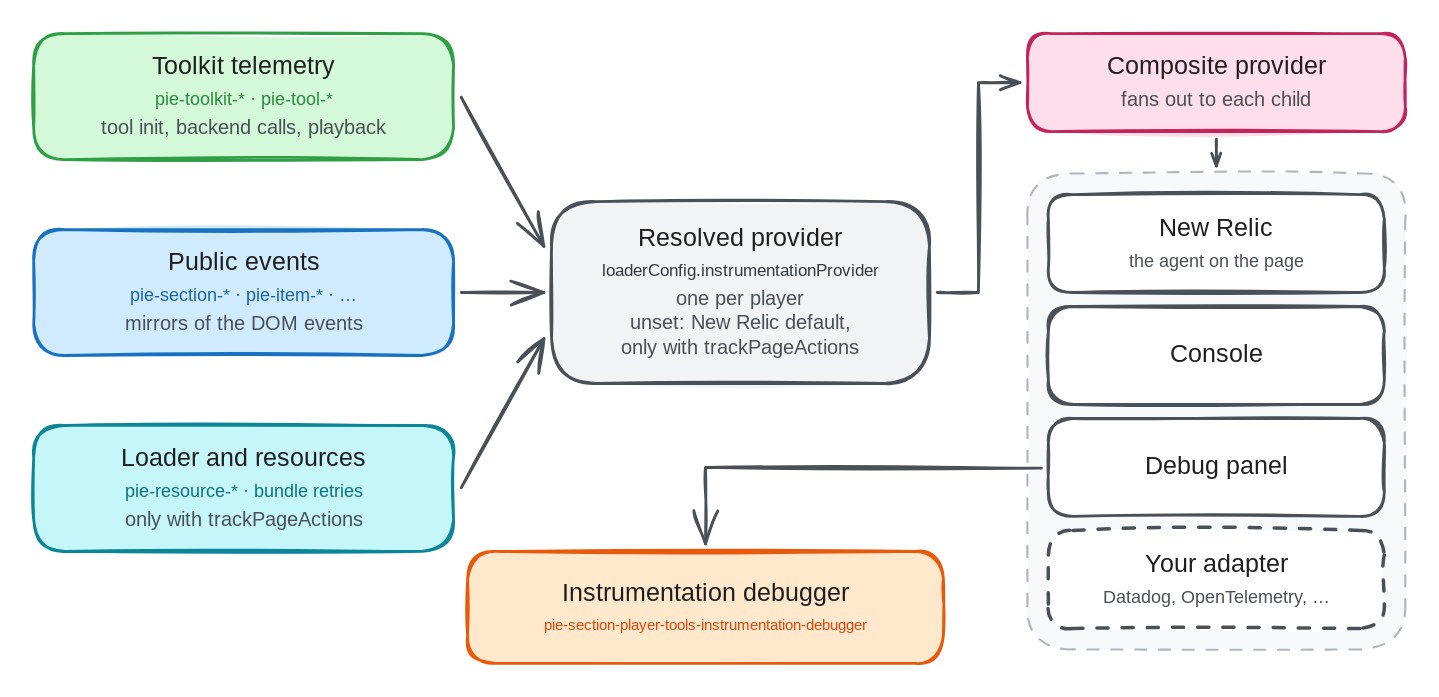
pie-framework/pie-website-ng keeps this Excalidraw diagram as packages/pie-website-app/static/images/diagrams/instrumentation-flow.excalidraw.svg. Above is the earlier version. Source tidied: one line per element, renumbered; positions are measured from the earlier drawing's top-left corner, leaving out a move shared by most shapes.
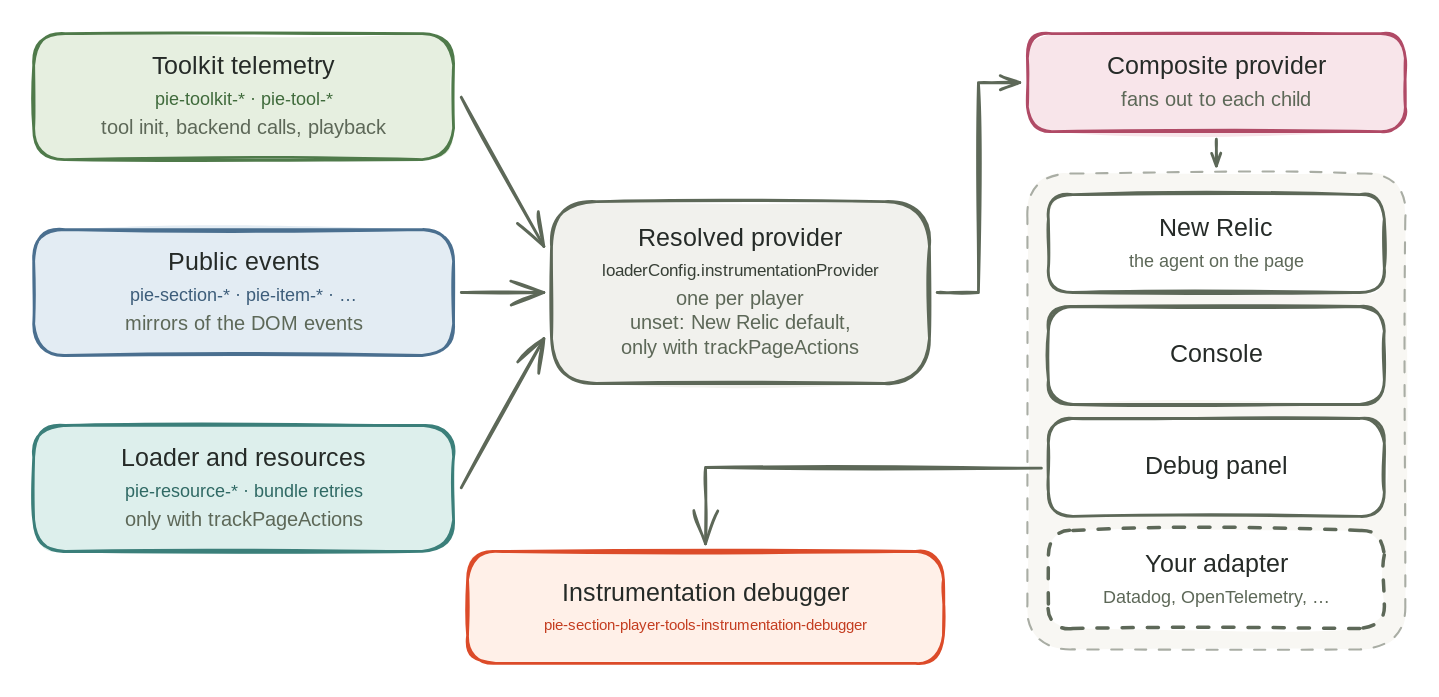
The same diagram one commit later.

Diff of the diagram source:
```diff
@@ -1,39 +1,39 @@
-{"id": 0, "type": "rectangle", "strokeColor": "#adb5bd", "backgroundColor": "#f8f9fa", "fillStyle": "solid", "strokeWidth": 1, "strokeStyle": "dashed", "roughness": 1, "round": true, "x": 710, "y": 100, "width": 270, "height": 340}
+{"id": 0, "type": "rectangle", "strokeColor": "#a9ada4", "backgroundColor": "#f8f7f3", "fillStyle": "solid", "strokeWidth": 1, "strokeStyle": "dashed", "roughness": 1, "round": true, "x": 710, "y": 100, "width": 270, "height": 340}
-{"id": 1, "type": "rectangle", "strokeColor": "#2f9e44", "backgroundColor": "#d3f9d8", "fillStyle": "solid", "strokeWidth": 2, "roughness": 1, "round": true, "x": 0, "y": 0, "width": 300, "height": 90}
+{"id": 1, "type": "rectangle", "strokeColor": "#4f7a4a", "backgroundColor": "#e6efe0", "fillStyle": "solid", "strokeWidth": 2, "roughness": 1, "round": true, "x": 0, "y": 0, "width": 300, "height": 90}
-{"id": 2, "type": "text", "text": "Toolkit telemetry", "strokeColor": "#1e1e1e", "strokeWidth": 2, "roughness": 1, "fontSize": 18, "fontFamily": 5, "textAlign": "center", "x": 74, "y": 13, "width": 152, "height": 22}
+{"id": 2, "type": "text", "text": "Toolkit telemetry", "strokeColor": "#252a27", "strokeWidth": 2, "roughness": 1, "fontSize": 18, "fontFamily": 5, "textAlign": "center", "x": 74, "y": 13, "width": 152, "height": 22}
-{"id": 3, "type": "text", "text": "pie-toolkit-* · pie-tool-*", "strokeColor": "#2b8a3e", "strokeWidth": 2, "roughness": 1, "fontSize": 13, "fontFamily": 8, "textAlign": "center", "x": 59, "y": 39, "width": 182, "height": 16}
+{"id": 3, "type": "text", "text": "pie-toolkit-* · pie-tool-*", "strokeColor": "#3f6a3b", "strokeWidth": 2, "roughness": 1, "fontSize": 13, "fontFamily": 8, "textAlign": "center", "x": 59, "y": 39, "width": 182, "height": 16}
-{"id": 4, "type": "text", "text": "tool init, backend calls, playback", "strokeColor": "#495057", "strokeWidth": 2, "roughness": 1, "fontSize": 14, "fontFamily": 5, "textAlign": "center", "x": 41, "y": 60, "width": 218, "height": 18}
+{"id": 4, "type": "text", "text": "tool init, backend calls, playback", "strokeColor": "#5d6858", "strokeWidth": 2, "roughness": 1, "fontSize": 14, "fontFamily": 5, "textAlign": "center", "x": 41, "y": 60, "width": 218, "height": 18}
-{"id": 5, "type": "rectangle", "strokeColor": "#1971c2", "backgroundColor": "#d0ebff", "fillStyle": "solid", "strokeWidth": 2, "roughness": 1, "round": true, "x": 0, "y": 140, "width": 300, "height": 90}
+{"id": 5, "type": "rectangle", "strokeColor": "#4a6f8f", "backgroundColor": "#e3ecf3", "fillStyle": "solid", "strokeWidth": 2, "roughness": 1, "round": true, "x": 0, "y": 140, "width": 300, "height": 90}
-{"id": 6, "type": "text", "text": "Public events", "strokeColor": "#1e1e1e", "strokeWidth": 2, "roughness": 1, "fontSize": 18, "fontFamily": 5, "textAlign": "center", "x": 92, "y": 153, "width": 115, "height": 22}
+{"id": 6, "type": "text", "text": "Public events", "strokeColor": "#252a27", "strokeWidth": 2, "roughness": 1, "fontSize": 18, "fontFamily": 5, "textAlign": "center", "x": 92, "y": 153, "width": 115, "height": 22}
-{"id": 7, "type": "text", "text": "pie-section-* · pie-item-* · …", "strokeColor": "#1864ab", "strokeWidth": 2, "roughness": 1, "fontSize": 13, "fontFamily": 8, "textAlign": "center", "x": 47, "y": 179, "width": 207, "height": 16}
+{"id": 7, "type": "text", "text": "pie-section-* · pie-item-* · …", "strokeColor": "#3d5d7a", "strokeWidth": 2, "roughness": 1, "fontSize": 13, "fontFamily": 8, "textAlign": "center", "x": 47, "y": 179, "width": 207, "height": 16}
-{"id": 8, "type": "text", "text": "mirrors of the DOM events", "strokeColor": "#495057", "strokeWidth": 2, "roughness": 1, "fontSize": 14, "fontFamily": 5, "textAlign": "center", "x": 58, "y": 200, "width": 184, "height": 18}
+{"id": 8, "type": "text", "text": "mirrors of the DOM events", "strokeColor": "#5d6858", "strokeWidth": 2, "roughness": 1, "fontSize": 14, "fontFamily": 5, "textAlign": "center", "x": 58, "y": 200, "width": 184, "height": 18}
-{"id": 9, "type": "rectangle", "strokeColor": "#0c8599", "backgroundColor": "#c5f6fa", "fillStyle": "solid", "strokeWidth": 2, "roughness": 1, "round": true, "x": 0, "y": 280, "width": 300, "height": 90}
+{"id": 9, "type": "rectangle", "strokeColor": "#3b7f7a", "backgroundColor": "#ddefec", "fillStyle": "solid", "strokeWidth": 2, "roughness": 1, "round": true, "x": 0, "y": 280, "width": 300, "height": 90}
-{"id": 10, "type": "text", "text": "Loader and resources", "strokeColor": "#1e1e1e", "strokeWidth": 2, "roughness": 1, "fontSize": 18, "fontFamily": 5, "textAlign": "center", "x": 56, "y": 293, "width": 187, "height": 22}
+{"id": 10, "type": "text", "text": "Loader and resources", "strokeColor": "#252a27", "strokeWidth": 2, "roughness": 1, "fontSize": 18, "fontFamily": 5, "textAlign": "center", "x": 56, "y": 293, "width": 187, "height": 22}
-{"id": 11, "type": "text", "text": "pie-resource-* · bundle retries", "strokeColor": "#0b7285", "strokeWidth": 2, "roughness": 1, "fontSize": 13, "fontFamily": 8, "textAlign": "center", "x": 41, "y": 319, "width": 218, "height": 16}
+{"id": 11, "type": "text", "text": "pie-resource-* · bundle retries", "strokeColor": "#2f6964", "strokeWidth": 2, "roughness": 1, "fontSize": 13, "fontFamily": 8, "textAlign": "center", "x": 41, "y": 319, "width": 218, "height": 16}
-{"id": 12, "type": "text", "text": "only with trackPageActions", "strokeColor": "#495057", "strokeWidth": 2, "roughness": 1, "fontSize": 14, "fontFamily": 5, "textAlign": "center", "x": 57, "y": 340, "width": 185, "height": 18}
+{"id": 12, "type": "text", "text": "only with trackPageActions", "strokeColor": "#5d6858", "strokeWidth": 2, "roughness": 1, "fontSize": 14, "fontFamily": 5, "textAlign": "center", "x": 57, "y": 340, "width": 185, "height": 18}
-{"id": 13, "type": "rectangle", "strokeColor": "#495057", "backgroundColor": "#f1f3f5", "fillStyle": "solid", "strokeWidth": 2, "roughness": 1, "round": true, "x": 370, "y": 120, "width": 270, "height": 130}
+{"id": 13, "type": "rectangle", "strokeColor": "#5d6858", "backgroundColor": "#f1f1ed", "fillStyle": "solid", "strokeWidth": 2, "roughness": 1, "round": true, "x": 370, "y": 120, "width": 270, "height": 130}
-{"id": 14, "type": "text", "text": "Resolved provider", "strokeColor": "#1e1e1e", "strokeWidth": 2, "roughness": 1, "fontSize": 18, "fontFamily": 5, "textAlign": "center", "x": 428, "y": 136, "width": 154, "height": 22}
+{"id": 14, "type": "text", "text": "Resolved provider", "strokeColor": "#252a27", "strokeWidth": 2, "roughness": 1, "fontSize": 18, "fontFamily": 5, "textAlign": "center", "x": 428, "y": 136, "width": 154, "height": 22}
-{"id": 15, "type": "text", "text": "loaderConfig.instrumentationProvider", "strokeColor": "#343a40", "strokeWidth": 2, "roughness": 1, "fontSize": 12, "fontFamily": 8, "textAlign": "center", "x": 386, "y": 162, "width": 238, "height": 15}
+{"id": 15, "type": "text", "text": "loaderConfig.instrumentationProvider", "strokeColor": "#373f36", "strokeWidth": 2, "roughness": 1, "fontSize": 12, "fontFamily": 8, "textAlign": "center", "x": 386, "y": 162, "width": 238, "height": 15}
-{"id": 16, "type": "text", "text": "one per player\nunset: New Relic default,\nonly with trackPageActions", "strokeColor": "#495057", "strokeWidth": 2, "roughness": 1, "fontSize": 14, "fontFamily": 5, "textAlign": "center", "x": 412, "y": 182, "width": 185, "height": 52}
+{"id": 16, "type": "text", "text": "one per player\nunset: New Relic default,\nonly with trackPageActions", "strokeColor": "#5d6858", "strokeWidth": 2, "roughness": 1, "fontSize": 14, "fontFamily": 5, "textAlign": "center", "x": 412, "y": 182, "width": 185, "height": 52}
-{"id": 17, "type": "rectangle", "strokeColor": "#c2255c", "backgroundColor": "#ffdeeb", "fillStyle": "solid", "strokeWidth": 2, "roughness": 1, "round": true, "x": 710, "y": 0, "width": 270, "height": 70}
+{"id": 17, "type": "rectangle", "strokeColor": "#b04a66", "backgroundColor": "#f8e5ea", "fillStyle": "solid", "strokeWidth": 2, "roughness": 1, "round": true, "x": 710, "y": 0, "width": 270, "height": 70}
-{"id": 18, "type": "text", "text": "Composite provider", "strokeColor": "#1e1e1e", "strokeWidth": 2, "roughness": 1, "fontSize": 18, "fontFamily": 5, "textAlign": "center", "x": 762, "y": 13, "width": 165, "height": 22}
+{"id": 18, "type": "text", "text": "Composite provider", "strokeColor": "#252a27", "strokeWidth": 2, "roughness": 1, "fontSize": 18, "fontFamily": 5, "textAlign": "center", "x": 762, "y": 13, "width": 165, "height": 22}
-{"id": 19, "type": "text", "text": "fans out to each child", "strokeColor": "#495057", "strokeWidth": 2, "roughness": 1, "fontSize": 14, "fontFamily": 5, "textAlign": "center", "x": 769, "y": 40, "width": 153, "height": 18}
+{"id": 19, "type": "text", "text": "fans out to each child", "strokeColor": "#5d6858", "strokeWidth": 2, "roughness": 1, "fontSize": 14, "fontFamily": 5, "textAlign": "center", "x": 769, "y": 40, "width": 153, "height": 18}
-{"id": 20, "type": "rectangle", "strokeColor": "#495057", "backgroundColor": "#ffffff", "fillStyle": "solid", "strokeWidth": 2, "roughness": 1, "round": true, "x": 725, "y": 115, "width": 240, "height": 70}
+{"id": 20, "type": "rectangle", "strokeColor": "#5d6858", "backgroundColor": "#ffffff", "fillStyle": "solid", "strokeWidth": 2, "roughness": 1, "round": true, "x": 725, "y": 115, "width": 240, "height": 70}
-{"id": 21, "type": "text", "text": "New Relic", "strokeColor": "#1e1e1e", "strokeWidth": 2, "roughness": 1, "fontSize": 18, "fontFamily": 5, "textAlign": "center", "x": 805, "y": 129, "width": 81, "height": 22}
+{"id": 21, "type": "text", "text": "New Relic", "strokeColor": "#252a27", "strokeWidth": 2, "roughness": 1, "fontSize": 18, "fontFamily": 5, "textAlign": "center", "x": 805, "y": 129, "width": 81, "height": 22}
-{"id": 22, "type": "text", "text": "the agent on the page", "strokeColor": "#495057", "strokeWidth": 2, "roughness": 1, "fontSize": 13, "fontFamily": 5, "textAlign": "center", "x": 774, "y": 155, "width": 143, "height": 16}
+{"id": 22, "type": "text", "text": "the agent on the page", "strokeColor": "#5d6858", "strokeWidth": 2, "roughness": 1, "fontSize": 13, "fontFamily": 5, "textAlign": "center", "x": 774, "y": 155, "width": 143, "height": 16}
-{"id": 23, "type": "rectangle", "strokeColor": "#495057", "backgroundColor": "#ffffff", "fillStyle": "solid", "strokeWidth": 2, "roughness": 1, "round": true, "x": 725, "y": 195, "width": 240, "height": 70}
+{"id": 23, "type": "rectangle", "strokeColor": "#5d6858", "backgroundColor": "#ffffff", "fillStyle": "solid", "strokeWidth": 2, "roughness": 1, "round": true, "x": 725, "y": 195, "width": 240, "height": 70}
-{"id": 24, "type": "text", "text": "Console", "strokeColor": "#1e1e1e", "strokeWidth": 2, "roughness": 1, "fontSize": 18, "fontFamily": 5, "textAlign": "center", "x": 812, "y": 219, "width": 66, "height": 22}
+{"id": 24, "type": "text", "text": "Console", "strokeColor": "#252a27", "strokeWidth": 2, "roughness": 1, "fontSize": 18, "fontFamily": 5, "textAlign": "center", "x": 812, "y": 219, "width": 66, "height": 22}
-{"id": 25, "type": "rectangle", "strokeColor": "#495057", "backgroundColor": "#ffffff", "fillStyle": "solid", "strokeWidth": 2, "roughness": 1, "round": true, "x": 725, "y": 275, "width": 240, "height": 70}
+{"id": 25, "type": "rectangle", "strokeColor": "#5d6858", "backgroundColor": "#ffffff", "fillStyle": "solid", "strokeWidth": 2, "roughness": 1, "round": true, "x": 725, "y": 275, "width": 240, "height": 70}
-{"id": 26, "type": "text", "text": "Debug panel", "strokeColor": "#1e1e1e", "strokeWidth": 2, "roughness": 1, "fontSize": 18, "fontFamily": 5, "textAlign": "center", "x": 793, "y": 299, "width": 104, "height": 22}
+{"id": 26, "type": "text", "text": "Debug panel", "strokeColor": "#252a27", "strokeWidth": 2, "roughness": 1, "fontSize": 18, "fontFamily": 5, "textAlign": "center", "x": 793, "y": 299, "width": 104, "height": 22}
-{"id": 27, "type": "rectangle", "strokeColor": "#495057", "backgroundColor": "#ffffff", "fillStyle": "solid", "strokeWidth": 2, "strokeStyle": "dashed", "roughness": 1, "round": true, "x": 725, "y": 355, "width": 240, "height": 70}
+{"id": 27, "type": "rectangle", "strokeColor": "#5d6858", "backgroundColor": "#ffffff", "fillStyle": "solid", "strokeWidth": 2, "strokeStyle": "dashed", "roughness": 1, "round": true, "x": 725, "y": 355, "width": 240, "height": 70}
-{"id": 28, "type": "text", "text": "Your adapter", "strokeColor": "#1e1e1e", "strokeWidth": 2, "roughness": 1, "fontSize": 18, "fontFamily": 5, "textAlign": "center", "x": 789, "y": 369, "width": 113, "height": 22}
+{"id": 28, "type": "text", "text": "Your adapter", "strokeColor": "#252a27", "strokeWidth": 2, "roughness": 1, "fontSize": 18, "fontFamily": 5, "textAlign": "center", "x": 789, "y": 369, "width": 113, "height": 22}
-{"id": 29, "type": "text", "text": "Datadog, OpenTelemetry, …", "strokeColor": "#495057", "strokeWidth": 2, "roughness": 1, "fontSize": 13, "fontFamily": 5, "textAlign": "center", "x": 758, "y": 395, "width": 174, "height": 16}
+{"id": 29, "type": "text", "text": "Datadog, OpenTelemetry, …", "strokeColor": "#5d6858", "strokeWidth": 2, "roughness": 1, "fontSize": 13, "fontFamily": 5, "textAlign": "center", "x": 758, "y": 395, "width": 174, "height": 16}
-{"id": 30, "type": "rectangle", "strokeColor": "#e8590c", "backgroundColor": "#ffe8cc", "fillStyle": "solid", "strokeWidth": 2, "roughness": 1, "round": true, "x": 310, "y": 370, "width": 340, "height": 80}
+{"id": 30, "type": "rectangle", "strokeColor": "#dc4b29", "backgroundColor": "#fff0e8", "fillStyle": "solid", "strokeWidth": 2, "roughness": 1, "round": true, "x": 310, "y": 370, "width": 340, "height": 80}
-{"id": 31, "type": "text", "text": "Instrumentation debugger", "strokeColor": "#1e1e1e", "strokeWidth": 2, "roughness": 1, "fontSize": 18, "fontFamily": 5, "textAlign": "center", "x": 367, "y": 390, "width": 227, "height": 22}
+{"id": 31, "type": "text", "text": "Instrumentation debugger", "strokeColor": "#252a27", "strokeWidth": 2, "roughness": 1, "fontSize": 18, "fontFamily": 5, "textAlign": "center", "x": 367, "y": 390, "width": 227, "height": 22}
-{"id": 32, "type": "text", "text": "pie-section-player-tools-instrumentation-debugger", "strokeColor": "#d9480f", "strokeWidth": 2, "roughness": 1, "fontSize": 11, "fontFamily": 8, "textAlign": "center", "x": 332, "y": 416, "width": 296, "height": 14}
+{"id": 32, "type": "text", "text": "pie-section-player-tools-instrumentation-debugger", "strokeColor": "#c43d20", "strokeWidth": 2, "roughness": 1, "fontSize": 11, "fontFamily": 8, "textAlign": "center", "x": 332, "y": 416, "width": 296, "height": 14}
-{"id": 33, "type": "arrow", "strokeColor": "#495057", "strokeWidth": 2, "roughness": 1, "endArrowhead": "arrow", "from": 1, "to": 13, "x": 306, "y": 46, "width": 59, "height": 106, "points": [[0, 0], [59, 106]]}
+{"id": 33, "type": "arrow", "strokeColor": "#5d6858", "strokeWidth": 2, "roughness": 1, "endArrowhead": "arrow", "from": 1, "to": 13, "x": 306, "y": 46, "width": 59, "height": 106, "points": [[0, 0], [59, 106]]}
-{"id": 34, "type": "arrow", "strokeColor": "#495057", "strokeWidth": 2, "roughness": 1, "endArrowhead": "arrow", "from": 5, "to": 13, "x": 306, "y": 185, "width": 59, "height": 0, "points": [[0, 0], [59, 0]]}
+{"id": 34, "type": "arrow", "strokeColor": "#5d6858", "strokeWidth": 2, "roughness": 1, "endArrowhead": "arrow", "from": 5, "to": 13, "x": 306, "y": 185, "width": 59, "height": 0, "points": [[0, 0], [59, 0]]}
-{"id": 35, "type": "arrow", "strokeColor": "#495057", "strokeWidth": 2, "roughness": 1, "endArrowhead": "arrow", "from": 9, "to": 13, "x": 306, "y": 324, "width": 59, "height": 106, "points": [[0, 0], [59, -106]]}
+{"id": 35, "type": "arrow", "strokeColor": "#5d6858", "strokeWidth": 2, "roughness": 1, "endArrowhead": "arrow", "from": 9, "to": 13, "x": 306, "y": 324, "width": 59, "height": 106, "points": [[0, 0], [59, -106]]}
-{"id": 36, "type": "arrow", "strokeColor": "#495057", "strokeWidth": 2, "roughness": 1, "endArrowhead": "arrow", "from": 13, "to": 17, "x": 646, "y": 185, "width": 59, "height": 150, "points": [[0, 0], [30, 0], [30, -150], [59, -150]]}
+{"id": 36, "type": "arrow", "strokeColor": "#5d6858", "strokeWidth": 2, "roughness": 1, "endArrowhead": "arrow", "from": 13, "to": 17, "x": 646, "y": 185, "width": 59, "height": 150, "points": [[0, 0], [30, 0], [30, -150], [59, -150]]}
-{"id": 37, "type": "arrow", "strokeColor": "#495057", "strokeWidth": 2, "roughness": 1, "endArrowhead": "arrow", "from": 17, "to": 0, "x": 845, "y": 76, "width": 0, "height": 19, "points": [[0, 0], [0, 19]]}
+{"id": 37, "type": "arrow", "strokeColor": "#5d6858", "strokeWidth": 2, "roughness": 1, "endArrowhead": "arrow", "from": 17, "to": 0, "x": 845, "y": 76, "width": 0, "height": 19, "points": [[0, 0], [0, 19]]}
-{"id": 38, "type": "arrow", "strokeColor": "#495057", "strokeWidth": 2, "roughness": 1, "endArrowhead": "arrow", "from": 25, "to": 30, "x": 720, "y": 310, "width": 240, "height": 54, "points": [[0, 0], [-240, 0], [-240, 54]]}
+{"id": 38, "type": "arrow", "strokeColor": "#5d6858", "strokeWidth": 2, "roughness": 1, "endArrowhead": "arrow", "from": 25, "to": 30, "x": 720, "y": 310, "width": 240, "height": 54, "points": [[0, 0], [-240, 0], [-240, 54]]}
```
